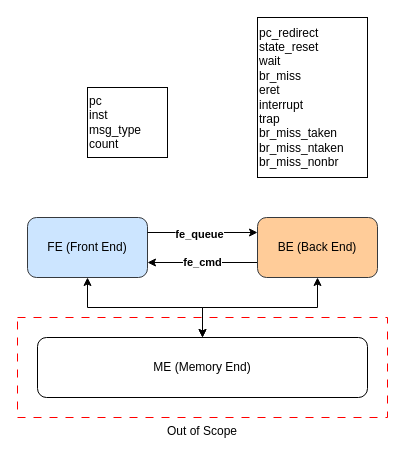
JefferyLim/ec513_final_project keeps this draw.io diagram as page "Top Level" (1 of 6) of diagrams/black_parrot.drawio. Above is the earlier version. Source tidied: cells renumbered, new cells numbered last; positions are measured from the earlier drawing's top-left corner, leaving out a move shared by most shapes. Both pictures are drawn from the tidied source at 100%, with x=0, y=0 at pixel (17, 17).
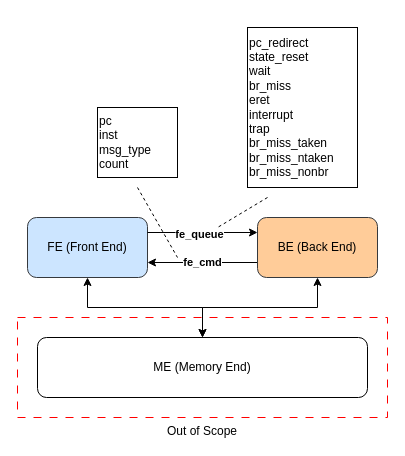
Above is the later version.

Change to the diagram source:
```diff
@@
 <mxGraphModel>
   <root>
     <mxCell id="0" />
     <mxCell id="1" parent="0" />
     <mxCell id="2" style="edgeStyle=orthogonalEdgeStyle;rounded=0;jettySize=auto;html=1;startArrow=classic;startFill=1;" parent="1" edge="1" source="3" target="7">
       <mxGeometry relative="1" as="geometry" />
     </mxCell>
     <mxCell id="3" value="FE (Front End)" style="rounded=1;whiteSpace=wrap;html=1;fillColor=#cce5ff;strokeColor=#36393d;" parent="1" vertex="1">
       <mxGeometry x="10" y="200" width="120" height="60" as="geometry" />
     </mxCell>
     <mxCell id="4" value="fe_cmd" style="edgeStyle=orthogonalEdgeStyle;rounded=0;jettySize=auto;html=1;exitX=0;exitY=0.75;exitDx=0;exitDy=0;entryX=1;entryY=0.75;entryDx=0;entryDy=0;fontStyle=1;" parent="1" edge="1" source="6" target="3">
       <mxGeometry relative="1" as="geometry" />
     </mxCell>
     <mxCell id="5" style="edgeStyle=orthogonalEdgeStyle;rounded=0;jettySize=auto;html=1;startArrow=classic;startFill=1;" parent="1" edge="1" source="6" target="7">
       <mxGeometry relative="1" as="geometry" />
     </mxCell>
     <mxCell id="6" value="BE (Back End)" style="rounded=1;whiteSpace=wrap;html=1;fillColor=#ffcc99;strokeColor=#36393d;" parent="1" vertex="1">
       <mxGeometry x="240" y="200" width="120" height="60" as="geometry" />
     </mxCell>
     <mxCell id="7" value="ME (Memory End)" style="rounded=1;whiteSpace=wrap;html=1;" parent="1" vertex="1">
       <mxGeometry x="20" y="320" width="330" height="60" as="geometry" />
     </mxCell>
     <mxCell id="8" style="endArrow=classic;html=1;rounded=0;exitX=1;exitY=0.25;exitDx=0;exitDy=0;entryX=0;entryY=0.25;entryDx=0;entryDy=0;" parent="1" edge="1" source="3" target="6">
       <mxGeometry relative="1" as="geometry" />
     </mxCell>
     <mxCell id="9" value="fe_queue" style="edgeLabel;html=1;align=center;verticalAlign=middle;fontStyle=1;" parent="8" vertex="1">
       <mxGeometry x="-0.07" y="-1" relative="1" as="geometry" />
     </mxCell>
     <mxCell id="10" value="Out of Scope" style="rounded=0;whiteSpace=wrap;html=1;fillColor=none;dashed=1;dashPattern=8 8;labelPosition=center;verticalLabelPosition=bottom;align=center;verticalAlign=top;strokeColor=#FF0000;" parent="1" vertex="1">
       <mxGeometry y="300" width="370" height="100" as="geometry" />
     </mxCell>
     <mxCell id="11" value="pc&lt;br&gt;inst&lt;br&gt;msg_type&lt;br&gt;count" style="text;html=1;align=left;verticalAlign=middle;strokeColor=default;" parent="1" vertex="1">
-      <mxGeometry x="70" y="70" width="80" height="70" as="geometry" />
+      <mxGeometry x="80" y="90" width="80" height="70" as="geometry" />
     </mxCell>
     <mxCell id="12" value="pc_redirect&lt;div&gt;state_reset&lt;/div&gt;&lt;div&gt;wait&lt;/div&gt;&lt;div&gt;br_miss&lt;/div&gt;&lt;div&gt;eret&lt;/div&gt;&lt;div&gt;interrupt&lt;/div&gt;&lt;div&gt;trap&lt;/div&gt;&lt;div&gt;br_miss_taken&lt;/div&gt;&lt;div&gt;br_miss_ntaken&lt;/div&gt;&lt;div&gt;br_miss_nonbr&lt;/div&gt;" style="text;html=1;align=left;verticalAlign=middle;strokeColor=default;" parent="1" vertex="1">
-      <mxGeometry x="240" width="110" height="160" as="geometry" />
+      <mxGeometry x="230" y="10" width="110" height="160" as="geometry" />
     </mxCell>
+    <mxCell id="13" style="endArrow=none;dashed=1;html=1;rounded=0;" parent="1" edge="1">
+      <mxGeometry relative="1" as="geometry">
+        <mxPoint x="120" y="170" as="sourcePoint" />
+        <mxPoint x="160" y="240" as="targetPoint" />
+      </mxGeometry>
+    </mxCell>
+    <mxCell id="14" style="endArrow=none;dashed=1;html=1;rounded=0;" parent="1" edge="1">
+      <mxGeometry relative="1" as="geometry">
+        <mxPoint x="250" y="180" as="sourcePoint" />
+        <mxPoint x="200" y="210" as="targetPoint" />
+      </mxGeometry>
+    </mxCell>
   </root>
 </mxGraphModel>
```
